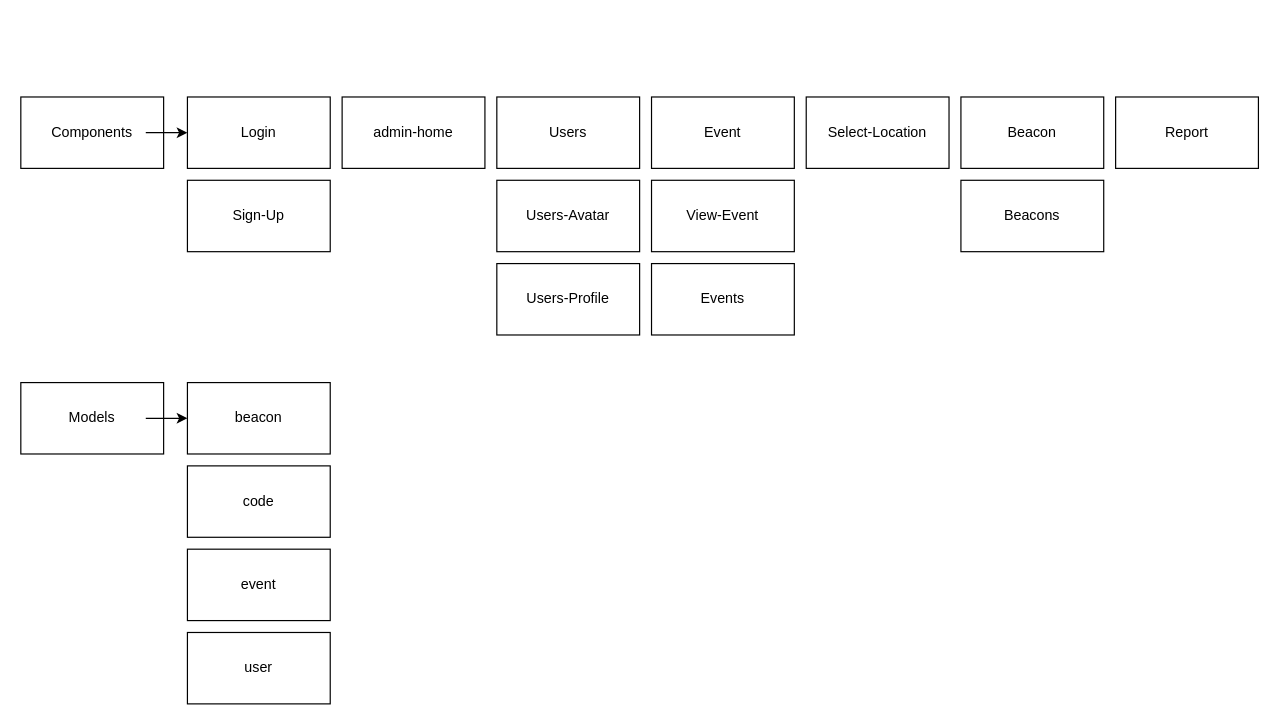
This is UML.drawio from cscawley/ionic-beacon-app, a draw.io file, before an edit. Source tidied: cells renumbered, new cells numbered last; positions are measured from the earlier drawing's top-left corner, leaving out a move shared by most shapes. Both pictures are drawn from the tidied source at 119%, with x=0, y=0 at pixel (20, 96).
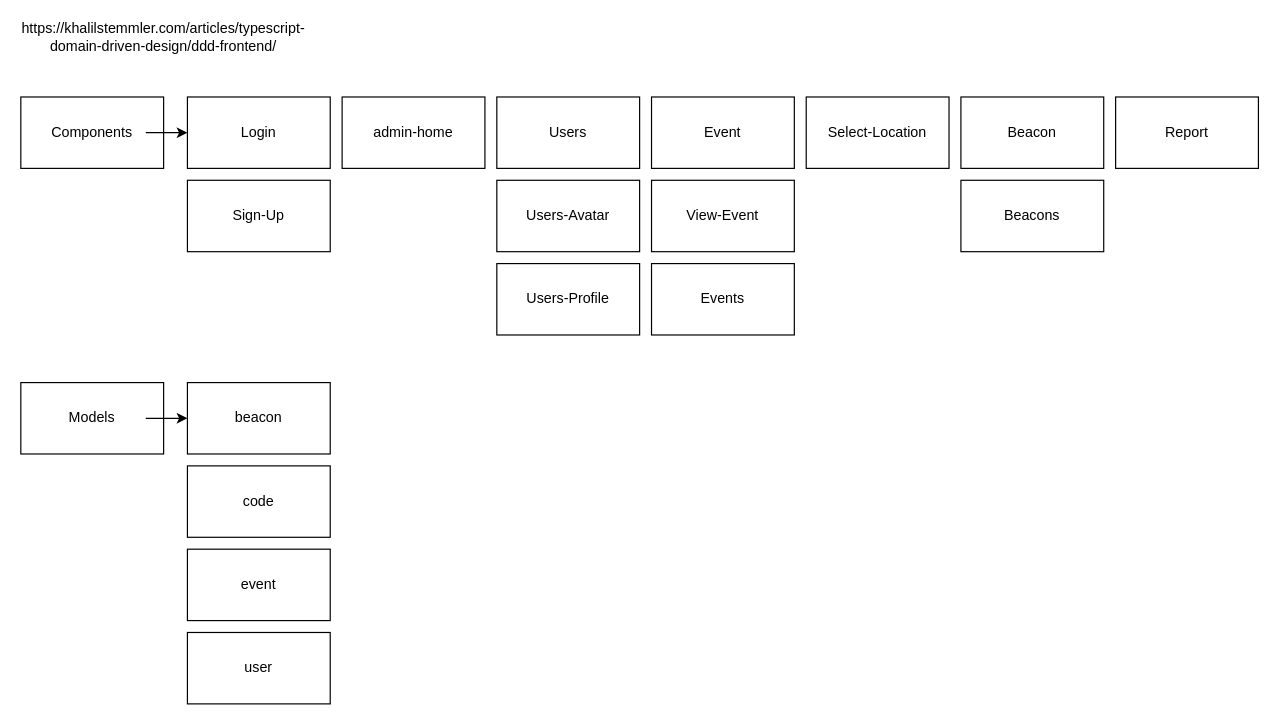
After the change.

The edit, as a diff of the source:
```diff
@@
+    <mxCell id="42" value="https://khalilstemmler.com/articles/typescript-domain-driven-design/ddd-frontend/" style="text;html=1;strokeColor=none;fillColor=none;align=center;verticalAlign=middle;whiteSpace=wrap;rounded=0;" parent="1" vertex="1">
+      <mxGeometry y="-60" width="240" height="20" as="geometry" />
+    </mxCell>
```
